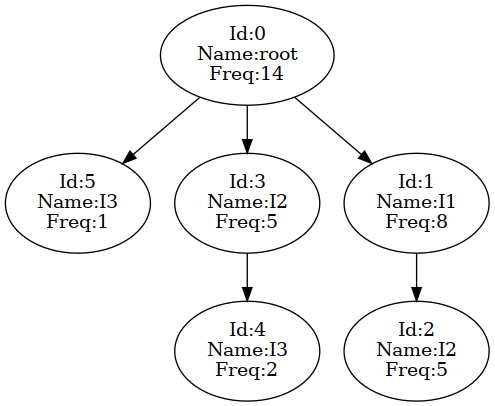
Before: fp_growth/trie.png, a diagram exported from Graphviz (vamshi-2003/Data_mining). Its source is kept beside it as fp_growth/trie.dot. The source it was exported from:
```dot
digraph Trie {
"Id:0\nName:root\nFreq:14" -> "Id:5\nName:I3\nFreq:1";
"Id:0\nName:root\nFreq:14" -> "Id:3\nName:I2\nFreq:5";
"Id:3\nName:I2\nFreq:5" -> "Id:4\nName:I3\nFreq:2";
"Id:0\nName:root\nFreq:14" -> "Id:1\nName:I1\nFreq:8";
"Id:1\nName:I1\nFreq:8" -> "Id:2\nName:I2\nFreq:5";
}
```
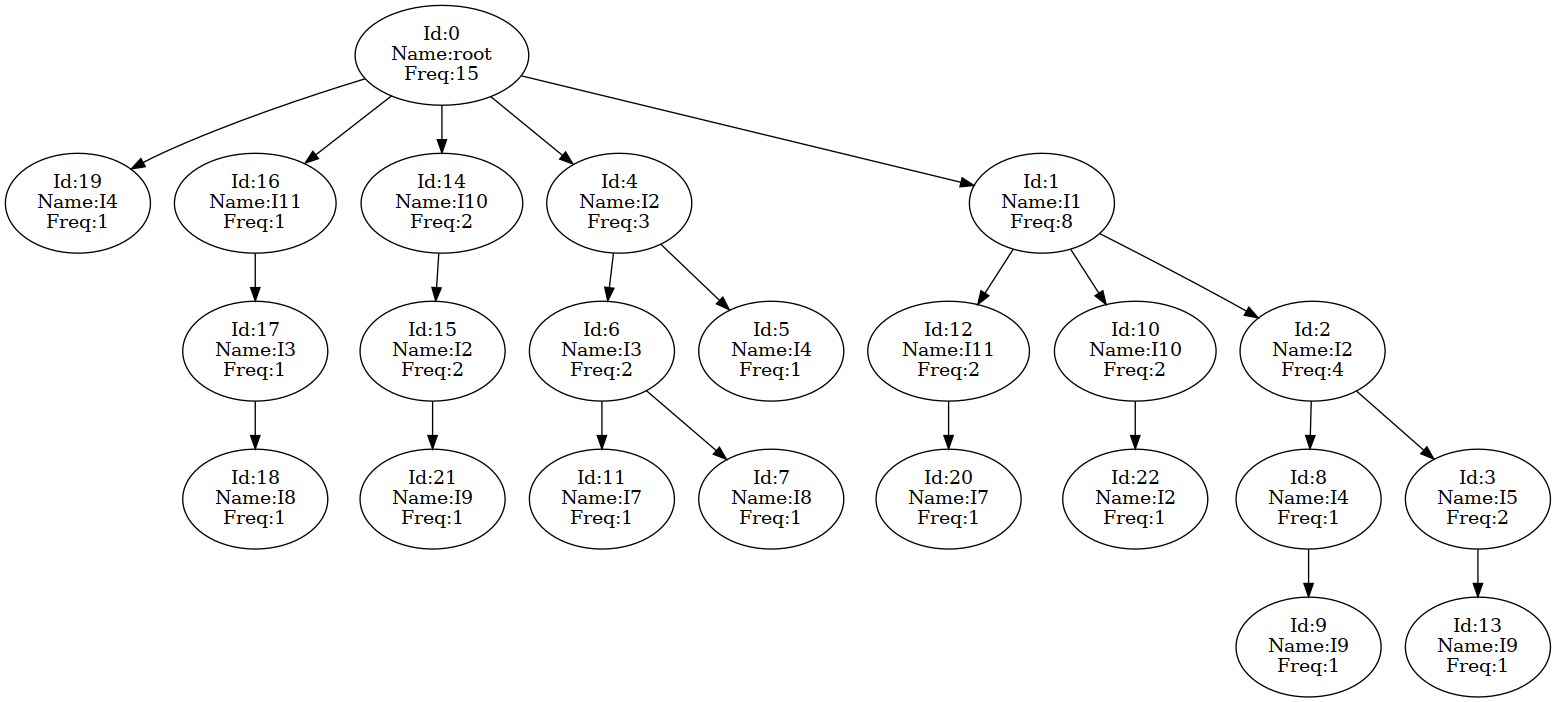
Above is the later version.

The edit, as a diff of the source:
```diff
@@ -1,7 +1,24 @@
 digraph Trie {
-"Id:0\nName:root\nFreq:14" -> "Id:5\nName:I3\nFreq:1";
-"Id:0\nName:root\nFreq:14" -> "Id:3\nName:I2\nFreq:5";
-"Id:3\nName:I2\nFreq:5" -> "Id:4\nName:I3\nFreq:2";
-"Id:0\nName:root\nFreq:14" -> "Id:1\nName:I1\nFreq:8";
-"Id:1\nName:I1\nFreq:8" -> "Id:2\nName:I2\nFreq:5";
+"Id:0\nName:root\nFreq:15" -> "Id:19\nName:I4\nFreq:1";
+"Id:0\nName:root\nFreq:15" -> "Id:16\nName:I11\nFreq:1";
+"Id:16\nName:I11\nFreq:1" -> "Id:17\nName:I3\nFreq:1";
+"Id:17\nName:I3\nFreq:1" -> "Id:18\nName:I8\nFreq:1";
+"Id:0\nName:root\nFreq:15" -> "Id:14\nName:I10\nFreq:2";
+"Id:14\nName:I10\nFreq:2" -> "Id:15\nName:I2\nFreq:2";
+"Id:15\nName:I2\nFreq:2" -> "Id:21\nName:I9\nFreq:1";
+"Id:0\nName:root\nFreq:15" -> "Id:4\nName:I2\nFreq:3";
+"Id:4\nName:I2\nFreq:3" -> "Id:6\nName:I3\nFreq:2";
+"Id:6\nName:I3\nFreq:2" -> "Id:11\nName:I7\nFreq:1";
+"Id:6\nName:I3\nFreq:2" -> "Id:7\nName:I8\nFreq:1";
+"Id:4\nName:I2\nFreq:3" -> "Id:5\nName:I4\nFreq:1";
+"Id:0\nName:root\nFreq:15" -> "Id:1\nName:I1\nFreq:8";
+"Id:1\nName:I1\nFreq:8" -> "Id:12\nName:I11\nFreq:2";
+"Id:12\nName:I11\nFreq:2" -> "Id:20\nName:I7\nFreq:1";
+"Id:1\nName:I1\nFreq:8" -> "Id:10\nName:I10\nFreq:2";
+"Id:10\nName:I10\nFreq:2" -> "Id:22\nName:I2\nFreq:1";
+"Id:1\nName:I1\nFreq:8" -> "Id:2\nName:I2\nFreq:4";
+"Id:2\nName:I2\nFreq:4" -> "Id:8\nName:I4\nFreq:1";
+"Id:8\nName:I4\nFreq:1" -> "Id:9\nName:I9\nFreq:1";
+"Id:2\nName:I2\nFreq:4" -> "Id:3\nName:I5\nFreq:2";
+"Id:3\nName:I5\nFreq:2" -> "Id:13\nName:I9\nFreq:1";
 }
```
